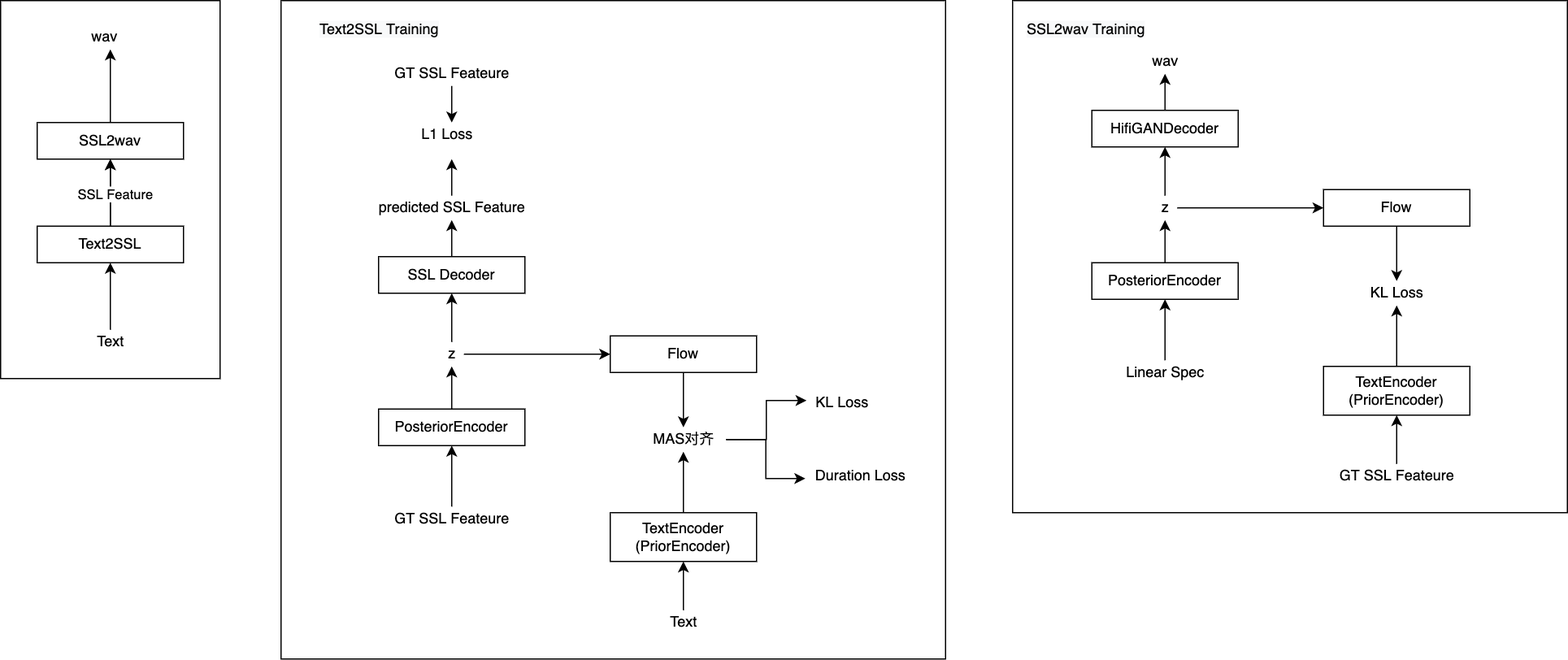
Earlier version of the draw.io export resources/structure.png (ishine/ssl-vits). Source tidied: cells renumbered, new cells last; positions are measured from the earlier drawing's top-left corner, leaving out a move shared by most shapes. Its diagram source:
```xml
<mxGraphModel>
  <root>
    <mxCell id="0" />
    <mxCell id="1" parent="0" />
    <mxCell id="2" style="rounded=0;whiteSpace=wrap;html=1;" parent="1" vertex="1">
      <mxGeometry width="180" height="310" as="geometry" />
    </mxCell>
    <mxCell id="3" style="rounded=0;whiteSpace=wrap;html=1;" parent="1" vertex="1">
      <mxGeometry x="830" width="455" height="420" as="geometry" />
    </mxCell>
    <mxCell id="4" value="&lt;span style=&quot;color: rgb(0 , 0 , 0) ; font-family: &amp;#34;helvetica&amp;#34; ; font-size: 12px ; font-style: normal ; font-weight: 400 ; letter-spacing: normal ; text-align: center ; text-indent: 0px ; text-transform: none ; word-spacing: 0px ; background-color: rgb(248 , 249 , 250) ; display: inline ; float: none&quot;&gt;SSL2wav Training&lt;/span&gt;" style="text;whiteSpace=wrap;html=1;" parent="1" vertex="1">
      <mxGeometry x="840" y="10" width="130" height="30" as="geometry" />
    </mxCell>
    <mxCell id="5" style="rounded=0;whiteSpace=wrap;html=1;" parent="1" vertex="1">
      <mxGeometry x="230" width="545" height="540" as="geometry" />
    </mxCell>
    <mxCell id="6" style="edgeStyle=orthogonalEdgeStyle;rounded=0;jettySize=auto;html=1;entryX=0.5;entryY=1;entryDx=0;entryDy=0;" parent="1" edge="1" source="7" target="11">
      <mxGeometry relative="1" as="geometry" />
    </mxCell>
    <mxCell id="7" value="Text" style="text;html=1;align=center;verticalAlign=middle;points=[];strokeColor=none;fillColor=none;" parent="1" vertex="1">
      <mxGeometry x="70" y="270" width="40" height="20" as="geometry" />
    </mxCell>
    <mxCell id="8" style="edgeStyle=orthogonalEdgeStyle;rounded=0;jettySize=auto;html=1;" parent="1" edge="1" source="11">
      <mxGeometry relative="1" as="geometry">
        <mxPoint x="90" y="130" as="targetPoint" />
      </mxGeometry>
    </mxCell>
    <mxCell id="9" style="edgeStyle=orthogonalEdgeStyle;rounded=0;jettySize=auto;html=1;" parent="1" edge="1" source="11" target="13">
      <mxGeometry relative="1" as="geometry" />
    </mxCell>
    <mxCell id="10" value="SSL Feature" style="edgeLabel;html=1;align=center;verticalAlign=middle;" parent="9" vertex="1">
      <mxGeometry x="0.01" y="-3" relative="1" as="geometry">
        <mxPoint y="1" as="offset" />
      </mxGeometry>
    </mxCell>
    <mxCell id="11" value="Text2SSL" style="rounded=0;whiteSpace=wrap;html=1;" parent="1" vertex="1">
      <mxGeometry x="30" y="185" width="120" height="30" as="geometry" />
    </mxCell>
    <mxCell id="12" style="edgeStyle=orthogonalEdgeStyle;rounded=0;jettySize=auto;html=1;" parent="1" edge="1" source="13">
      <mxGeometry relative="1" as="geometry">
        <mxPoint x="90" y="40" as="targetPoint" />
      </mxGeometry>
    </mxCell>
    <mxCell id="13" value="SSL2wav" style="rounded=0;whiteSpace=wrap;html=1;" parent="1" vertex="1">
      <mxGeometry x="30" y="100" width="120" height="30" as="geometry" />
    </mxCell>
    <mxCell id="14" value="wav" style="text;html=1;align=center;verticalAlign=middle;strokeColor=none;fillColor=none;" parent="1" vertex="1">
      <mxGeometry x="65" y="20" width="40" height="20" as="geometry" />
    </mxCell>
    <mxCell id="15" style="edgeStyle=orthogonalEdgeStyle;rounded=0;jettySize=auto;html=1;" parent="1" edge="1" source="16">
      <mxGeometry relative="1" as="geometry">
        <mxPoint x="1145" y="340" as="targetPoint" />
      </mxGeometry>
    </mxCell>
    <mxCell id="16" value="GT SSL Feateure" style="text;html=1;align=center;verticalAlign=middle;points=[];strokeColor=none;fillColor=none;" parent="1" vertex="1">
      <mxGeometry x="1090" y="380" width="110" height="20" as="geometry" />
    </mxCell>
    <mxCell id="17" style="edgeStyle=orthogonalEdgeStyle;rounded=0;jettySize=auto;html=1;" parent="1" edge="1" source="18">
      <mxGeometry relative="1" as="geometry">
        <mxPoint x="1145" y="250" as="targetPoint" />
      </mxGeometry>
    </mxCell>
    <mxCell id="18" value="TextEncoder&lt;br&gt;(PriorEncoder)" style="rounded=0;whiteSpace=wrap;html=1;" parent="1" vertex="1">
      <mxGeometry x="1085" y="300" width="120" height="40" as="geometry" />
    </mxCell>
    <mxCell id="19" style="edgeStyle=orthogonalEdgeStyle;rounded=0;jettySize=auto;html=1;" parent="1" edge="1" source="20">
      <mxGeometry relative="1" as="geometry">
        <mxPoint x="955" y="245" as="targetPoint" />
      </mxGeometry>
    </mxCell>
    <mxCell id="20" value="Linear Spec" style="text;html=1;align=center;verticalAlign=middle;points=[];strokeColor=none;fillColor=none;" parent="1" vertex="1">
      <mxGeometry x="915" y="295" width="80" height="20" as="geometry" />
    </mxCell>
    <mxCell id="21" style="edgeStyle=orthogonalEdgeStyle;rounded=0;jettySize=auto;html=1;" parent="1" edge="1" source="22" target="25">
      <mxGeometry relative="1" as="geometry" />
    </mxCell>
    <mxCell id="22" value="PosteriorEncoder" style="rounded=0;whiteSpace=wrap;html=1;" parent="1" vertex="1">
      <mxGeometry x="895" y="215" width="120" height="30" as="geometry" />
    </mxCell>
    <mxCell id="23" style="edgeStyle=orthogonalEdgeStyle;rounded=0;jettySize=auto;html=1;" parent="1" edge="1" source="25">
      <mxGeometry relative="1" as="geometry">
        <mxPoint x="1085" y="170" as="targetPoint" />
      </mxGeometry>
    </mxCell>
    <mxCell id="24" style="edgeStyle=orthogonalEdgeStyle;rounded=0;jettySize=auto;html=1;entryX=0.5;entryY=1;entryDx=0;entryDy=0;" parent="1" edge="1" source="25" target="29">
      <mxGeometry relative="1" as="geometry" />
    </mxCell>
    <mxCell id="25" value="z" style="text;html=1;align=center;verticalAlign=middle;points=[];strokeColor=none;fillColor=none;" parent="1" vertex="1">
      <mxGeometry x="945" y="160" width="20" height="20" as="geometry" />
    </mxCell>
    <mxCell id="26" style="edgeStyle=orthogonalEdgeStyle;rounded=0;jettySize=auto;html=1;exitX=0.5;exitY=1;exitDx=0;exitDy=0;" parent="1" edge="1" source="27">
      <mxGeometry relative="1" as="geometry">
        <mxPoint x="1145" y="230" as="targetPoint" />
      </mxGeometry>
    </mxCell>
    <mxCell id="27" value="Flow" style="rounded=0;whiteSpace=wrap;html=1;" parent="1" vertex="1">
      <mxGeometry x="1085" y="155" width="120" height="30" as="geometry" />
    </mxCell>
    <mxCell id="28" style="edgeStyle=orthogonalEdgeStyle;rounded=0;jettySize=auto;html=1;" parent="1" edge="1" source="29" target="30">
      <mxGeometry relative="1" as="geometry" />
    </mxCell>
    <mxCell id="29" value="HifiGANDecoder" style="rounded=0;whiteSpace=wrap;html=1;" parent="1" vertex="1">
      <mxGeometry x="895" y="90" width="120" height="30" as="geometry" />
    </mxCell>
    <mxCell id="30" value="wav" style="text;html=1;align=center;verticalAlign=middle;points=[];strokeColor=none;fillColor=none;" parent="1" vertex="1">
      <mxGeometry x="935" y="40" width="40" height="20" as="geometry" />
    </mxCell>
    <mxCell id="31" value="KL Loss" style="text;html=1;align=center;verticalAlign=middle;strokeColor=none;fillColor=none;" parent="1" vertex="1">
      <mxGeometry x="1115" y="230" width="60" height="20" as="geometry" />
    </mxCell>
    <mxCell id="32" style="edgeStyle=orthogonalEdgeStyle;rounded=0;jettySize=auto;html=1;" parent="1" edge="1" source="33">
      <mxGeometry relative="1" as="geometry">
        <mxPoint x="560" y="460" as="targetPoint" />
      </mxGeometry>
    </mxCell>
    <mxCell id="33" value="Text" style="text;html=1;align=center;verticalAlign=middle;points=[];strokeColor=none;fillColor=none;" parent="1" vertex="1">
      <mxGeometry x="540" y="500" width="40" height="20" as="geometry" />
    </mxCell>
    <mxCell id="34" style="edgeStyle=orthogonalEdgeStyle;rounded=0;jettySize=auto;html=1;" parent="1" edge="1" source="35">
      <mxGeometry relative="1" as="geometry">
        <mxPoint x="560" y="370" as="targetPoint" />
      </mxGeometry>
    </mxCell>
    <mxCell id="35" value="TextEncoder&lt;br&gt;(PriorEncoder)" style="rounded=0;whiteSpace=wrap;html=1;" parent="1" vertex="1">
      <mxGeometry x="500" y="420" width="120" height="40" as="geometry" />
    </mxCell>
    <mxCell id="36" style="edgeStyle=orthogonalEdgeStyle;rounded=0;jettySize=auto;html=1;entryX=0.017;entryY=0.4;entryDx=0;entryDy=0;entryPerimeter=0;" parent="1" edge="1" source="38" target="55">
      <mxGeometry relative="1" as="geometry">
        <Array as="points">
          <mxPoint x="628" y="360" />
          <mxPoint x="628" y="328" />
        </Array>
      </mxGeometry>
    </mxCell>
    <mxCell id="37" style="edgeStyle=orthogonalEdgeStyle;rounded=0;jettySize=auto;html=1;entryX=0;entryY=0.6;entryDx=0;entryDy=0;entryPerimeter=0;" parent="1" edge="1" source="38" target="56">
      <mxGeometry relative="1" as="geometry" />
    </mxCell>
    <mxCell id="38" value="MAS对齐" style="text;html=1;align=center;verticalAlign=middle;points=[];strokeColor=none;fillColor=none;" parent="1" vertex="1">
      <mxGeometry x="525" y="350" width="70" height="20" as="geometry" />
    </mxCell>
    <mxCell id="39" style="edgeStyle=orthogonalEdgeStyle;rounded=0;jettySize=auto;html=1;" parent="1" edge="1" source="40">
      <mxGeometry relative="1" as="geometry">
        <mxPoint x="370" y="365" as="targetPoint" />
      </mxGeometry>
    </mxCell>
    <mxCell id="40" value="GT SSL Feateure" style="text;html=1;align=center;verticalAlign=middle;points=[];strokeColor=none;fillColor=none;" parent="1" vertex="1">
      <mxGeometry x="315" y="415" width="110" height="20" as="geometry" />
    </mxCell>
    <mxCell id="41" style="edgeStyle=orthogonalEdgeStyle;rounded=0;jettySize=auto;html=1;" parent="1" edge="1" source="42" target="45">
      <mxGeometry relative="1" as="geometry" />
    </mxCell>
    <mxCell id="42" value="PosteriorEncoder" style="rounded=0;whiteSpace=wrap;html=1;" parent="1" vertex="1">
      <mxGeometry x="310" y="335" width="120" height="30" as="geometry" />
    </mxCell>
    <mxCell id="43" style="edgeStyle=orthogonalEdgeStyle;rounded=0;jettySize=auto;html=1;" parent="1" edge="1" source="45">
      <mxGeometry relative="1" as="geometry">
        <mxPoint x="500" y="290" as="targetPoint" />
      </mxGeometry>
    </mxCell>
    <mxCell id="44" style="edgeStyle=orthogonalEdgeStyle;rounded=0;jettySize=auto;html=1;entryX=0.5;entryY=1;entryDx=0;entryDy=0;" parent="1" edge="1" source="45" target="49">
      <mxGeometry relative="1" as="geometry" />
    </mxCell>
    <mxCell id="45" value="z" style="text;html=1;align=center;verticalAlign=middle;points=[];strokeColor=none;fillColor=none;" parent="1" vertex="1">
      <mxGeometry x="360" y="280" width="20" height="20" as="geometry" />
    </mxCell>
    <mxCell id="46" style="edgeStyle=orthogonalEdgeStyle;rounded=0;jettySize=auto;html=1;exitX=0.5;exitY=1;exitDx=0;exitDy=0;" parent="1" edge="1" source="47" target="38">
      <mxGeometry relative="1" as="geometry" />
    </mxCell>
    <mxCell id="47" value="Flow" style="rounded=0;whiteSpace=wrap;html=1;" parent="1" vertex="1">
      <mxGeometry x="500" y="275" width="120" height="30" as="geometry" />
    </mxCell>
    <mxCell id="48" style="edgeStyle=orthogonalEdgeStyle;rounded=0;jettySize=auto;html=1;" parent="1" edge="1" source="49" target="51">
      <mxGeometry relative="1" as="geometry" />
    </mxCell>
    <mxCell id="49" value="SSL Decoder" style="rounded=0;whiteSpace=wrap;html=1;" parent="1" vertex="1">
      <mxGeometry x="310" y="210" width="120" height="30" as="geometry" />
    </mxCell>
    <mxCell id="50" style="edgeStyle=orthogonalEdgeStyle;rounded=0;jettySize=auto;html=1;" parent="1" edge="1" source="51">
      <mxGeometry relative="1" as="geometry">
        <mxPoint x="370" y="130" as="targetPoint" />
      </mxGeometry>
    </mxCell>
    <mxCell id="51" value="predicted SSL Feature" style="text;html=1;align=center;verticalAlign=middle;points=[];strokeColor=none;fillColor=none;" parent="1" vertex="1">
      <mxGeometry x="300" y="160" width="140" height="20" as="geometry" />
    </mxCell>
    <mxCell id="52" style="edgeStyle=orthogonalEdgeStyle;rounded=0;jettySize=auto;html=1;" parent="1" edge="1" source="53">
      <mxGeometry relative="1" as="geometry">
        <mxPoint x="370" y="100" as="targetPoint" />
      </mxGeometry>
    </mxCell>
    <mxCell id="53" value="GT SSL Feateure" style="text;html=1;align=center;verticalAlign=middle;points=[];strokeColor=none;fillColor=none;" parent="1" vertex="1">
      <mxGeometry x="315" y="50" width="110" height="20" as="geometry" />
    </mxCell>
    <mxCell id="54" value="L1 Loss" style="text;html=1;align=center;verticalAlign=middle;strokeColor=none;fillColor=none;" parent="1" vertex="1">
      <mxGeometry x="336" y="100" width="60" height="20" as="geometry" />
    </mxCell>
    <mxCell id="55" value="KL Loss" style="text;html=1;align=center;verticalAlign=middle;points=[];strokeColor=none;fillColor=none;" parent="1" vertex="1">
      <mxGeometry x="660" y="320" width="60" height="20" as="geometry" />
    </mxCell>
    <mxCell id="56" value="Duration Loss" style="text;html=1;align=center;verticalAlign=middle;points=[];strokeColor=none;fillColor=none;" parent="1" vertex="1">
      <mxGeometry x="660" y="380" width="90" height="20" as="geometry" />
    </mxCell>
    <mxCell id="57" value="&lt;span style=&quot;color: rgb(0 , 0 , 0) ; font-family: &amp;#34;helvetica&amp;#34; ; font-size: 12px ; font-style: normal ; font-weight: 400 ; letter-spacing: normal ; text-align: center ; text-indent: 0px ; text-transform: none ; word-spacing: 0px ; background-color: rgb(248 , 249 , 250) ; display: inline ; float: none&quot;&gt;Text2SSL Training&lt;/span&gt;" style="text;whiteSpace=wrap;html=1;" parent="1" vertex="1">
      <mxGeometry x="260" y="10" width="130" height="30" as="geometry" />
    </mxCell>
  </root>
</mxGraphModel>
```
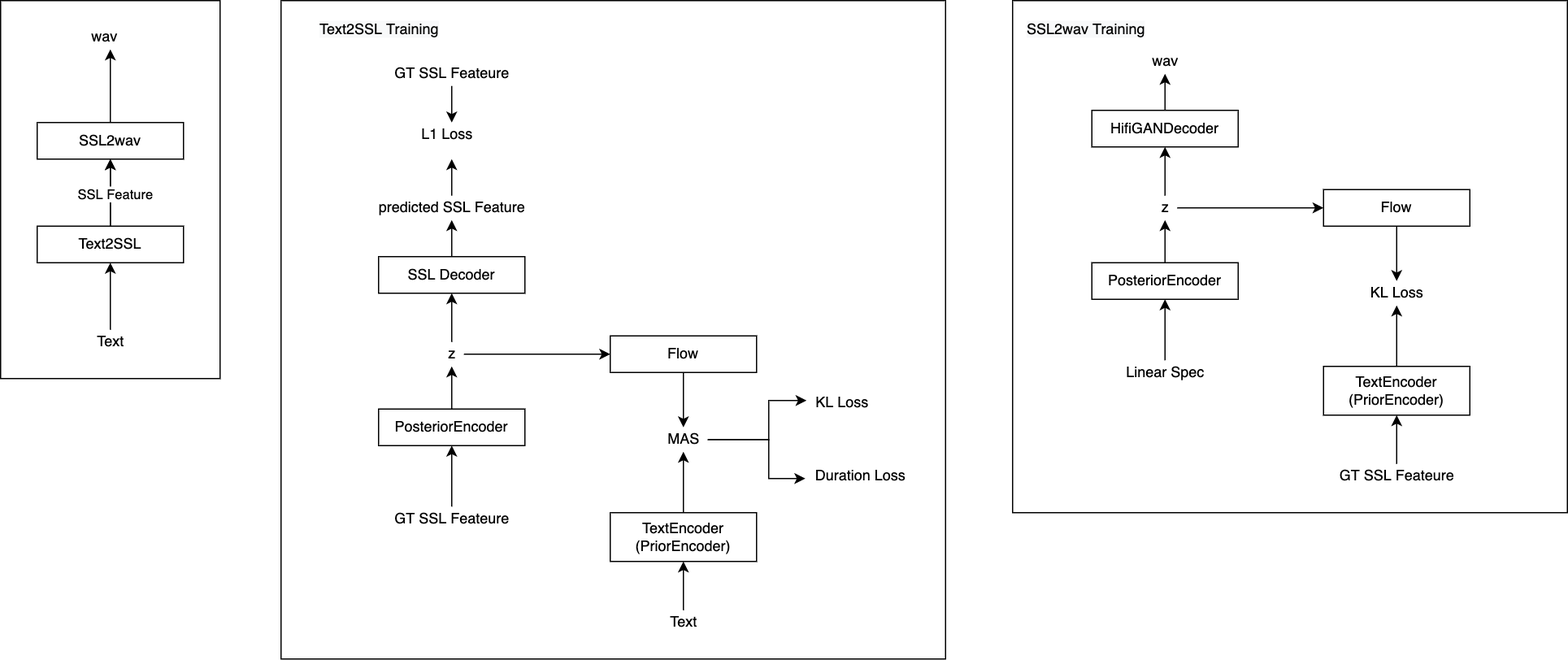
Later version of the same file.

What changed in the source:
```diff
@@ -127,16 +127,21 @@
     <mxCell id="36" style="edgeStyle=orthogonalEdgeStyle;rounded=0;jettySize=auto;html=1;entryX=0.017;entryY=0.4;entryDx=0;entryDy=0;entryPerimeter=0;" parent="1" edge="1" source="38" target="55">
       <mxGeometry relative="1" as="geometry">
         <Array as="points">
-          <mxPoint x="628" y="360" />
-          <mxPoint x="628" y="328" />
+          <mxPoint x="630" y="360" />
+          <mxPoint x="630" y="328" />
         </Array>
       </mxGeometry>
     </mxCell>
     <mxCell id="37" style="edgeStyle=orthogonalEdgeStyle;rounded=0;jettySize=auto;html=1;entryX=0;entryY=0.6;entryDx=0;entryDy=0;entryPerimeter=0;" parent="1" edge="1" source="38" target="56">
-      <mxGeometry relative="1" as="geometry" />
+      <mxGeometry relative="1" as="geometry">
+        <Array as="points">
+          <mxPoint x="630" y="360" />
+          <mxPoint x="630" y="392" />
+        </Array>
+      </mxGeometry>
     </mxCell>
-    <mxCell id="38" value="MAS对齐" style="text;html=1;align=center;verticalAlign=middle;points=[];strokeColor=none;fillColor=none;" parent="1" vertex="1">
-      <mxGeometry x="525" y="350" width="70" height="20" as="geometry" />
+    <mxCell id="38" value="MAS" style="text;html=1;align=center;verticalAlign=middle;points=[];strokeColor=none;fillColor=none;" parent="1" vertex="1">
+      <mxGeometry x="540" y="350" width="40" height="20" as="geometry" />
     </mxCell>
     <mxCell id="39" style="edgeStyle=orthogonalEdgeStyle;rounded=0;jettySize=auto;html=1;" parent="1" edge="1" source="40">
       <mxGeometry relative="1" as="geometry">
```
